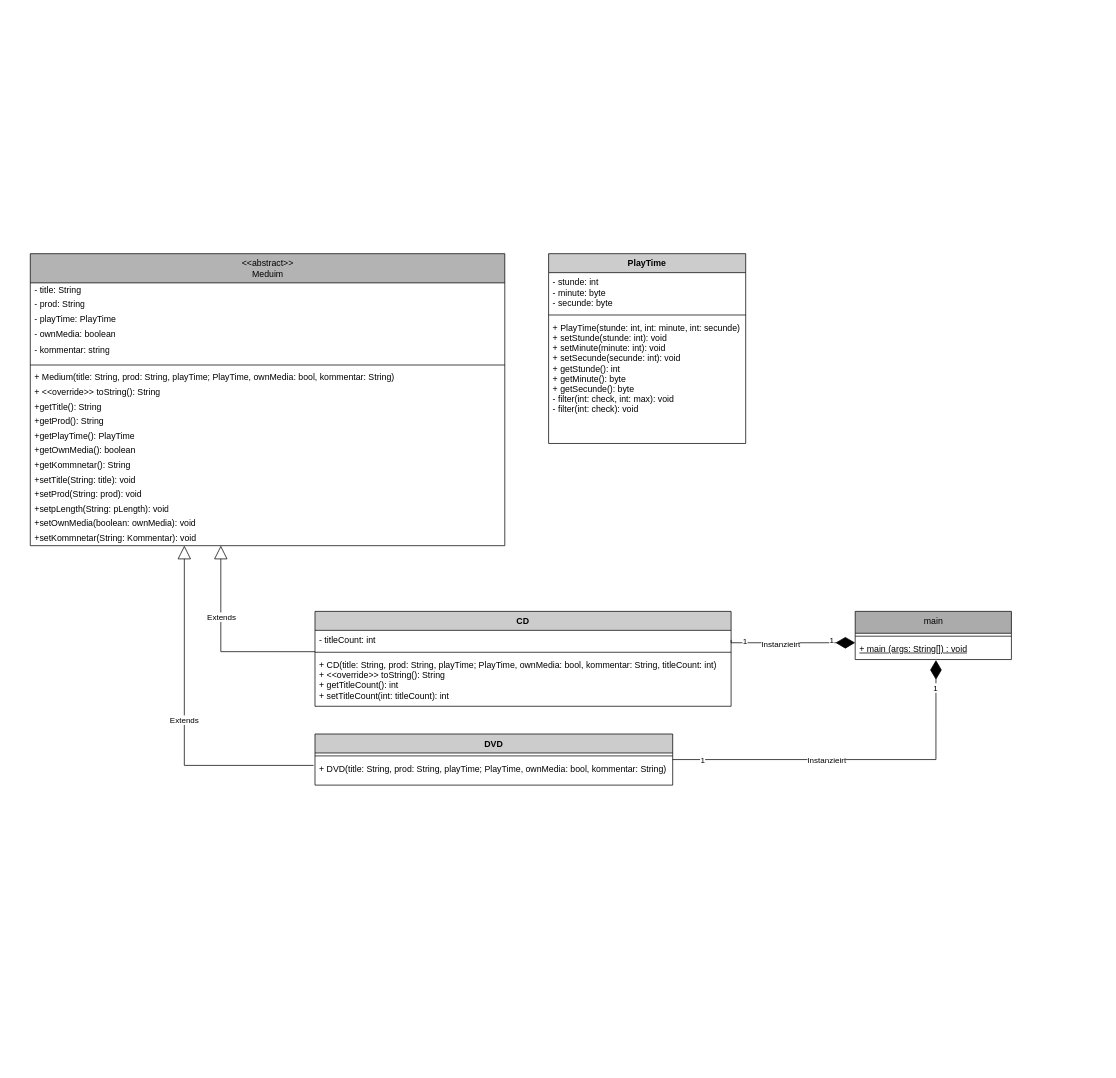
The draw.io diagram page "UML" (1 of 2) of UML/Khundadze_LF6_DOME_UML_USECASE.drawio in RomanKhundadze/Dome_Medium, before the edit. Source tidied: cells renumbered, new cells numbered last; positions are measured from the earlier drawing's top-left corner, leaving out a move shared by most shapes. Both pictures are drawn from the tidied source at 73%, with x=0, y=0 at pixel (12, 12).
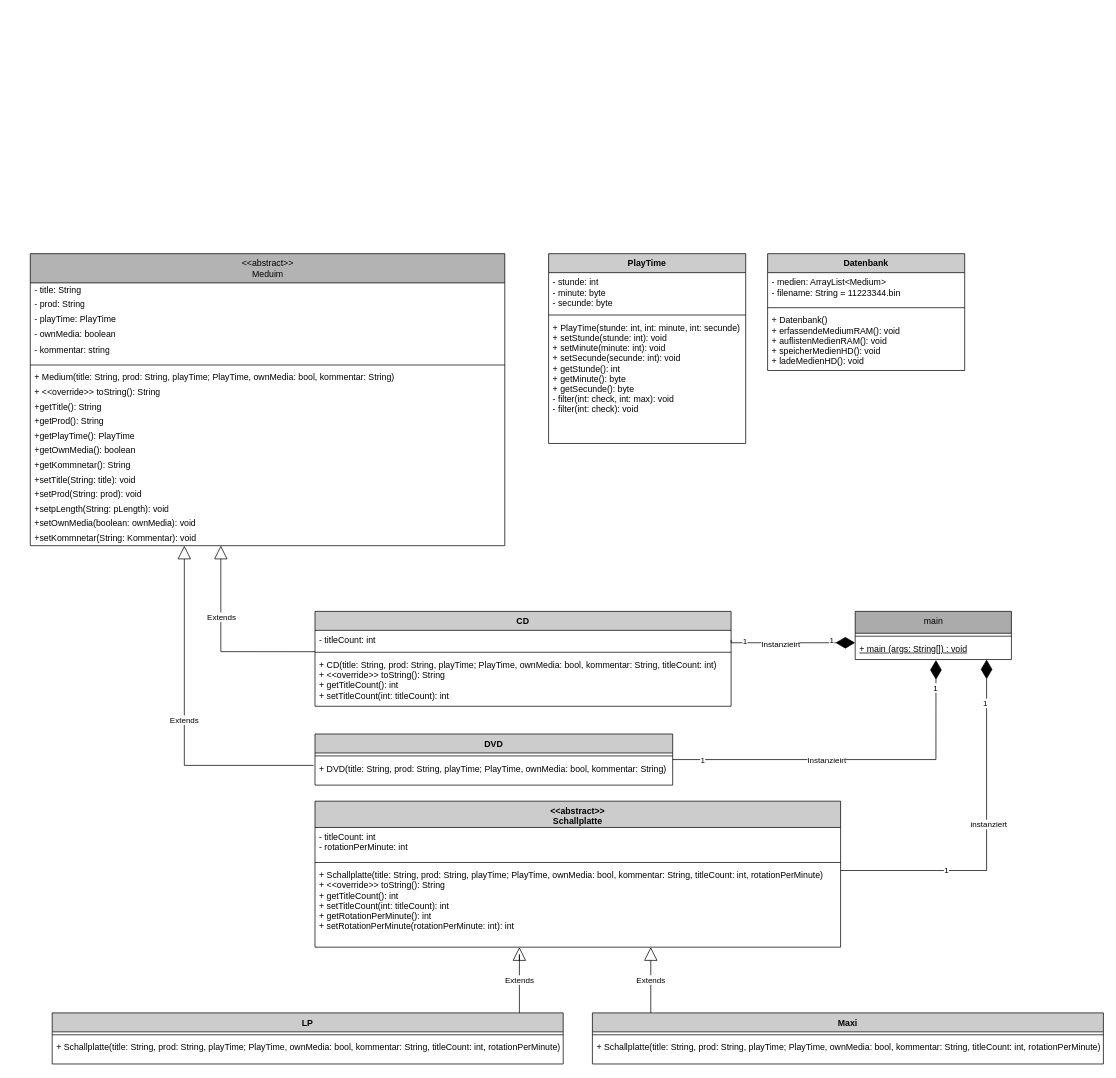
Above is the later version.

The change refers to these unchanged cells:
```xml
<mxCell id="7" value="main" style="swimlane;fontStyle=0;align=center;verticalAlign=top;horizontal=1;startSize=30;html=1;fillColor=#ABABAB;" parent="1" vertex="1">
  <mxGeometry x="1154" y="820" width="214" height="66" as="geometry" />
</mxCell>
```

The edit, as a diff of the source:
```diff
@@
+    <mxCell id="46" value="&lt;&lt;abstract&gt;&gt;&#10;Schallplatte" style="swimlane;fontStyle=1;align=center;verticalAlign=top;horizontal=1;startSize=36;fillColor=#CCCCCC;" parent="1" vertex="1">
+      <mxGeometry x="414" y="1080" width="720" height="200" as="geometry" />
+    </mxCell>
+    <mxCell id="47" value="- titleCount: int&#10;- rotationPerMinute: int" style="text;strokeColor=none;fillColor=none;align=left;verticalAlign=top;spacingLeft=4;spacingRight=4;overflow=hidden;" parent="46" vertex="1">
+      <mxGeometry y="36" width="720" height="44" as="geometry" />
+    </mxCell>
+    <mxCell id="48" style="line;strokeWidth=1;fillColor=none;align=left;verticalAlign=middle;spacingTop=-1;spacingLeft=3;spacingRight=3;labelPosition=right;strokeColor=inherit;" parent="46" vertex="1">
+      <mxGeometry y="80" width="720" height="8" as="geometry" />
+    </mxCell>
+    <mxCell id="49" value="+ Schallplatte(title: String, prod: String, playTime; PlayTime, ownMedia: bool, kommentar: String, titleCount: int, rotationPerMinute)&#10;+ &lt;&lt;override&gt;&gt; toString(): String&#10;+ getTitleCount(): int&#10;+ setTitleCount(int: titleCount): int&#10;+ getRotationPerMinute(): int&#10;+ setRotationPerMinute(rotationPerMinute: int): int" style="text;strokeColor=none;fillColor=none;align=left;verticalAlign=top;spacingLeft=4;spacingRight=4;overflow=hidden;" parent="46" vertex="1">
+      <mxGeometry y="88" width="720" height="112" as="geometry" />
+    </mxCell>
+    <mxCell id="50" value="LP" style="swimlane;fontStyle=1;align=center;verticalAlign=top;horizontal=1;startSize=26;fillColor=#CCCCCC;" parent="1" vertex="1">
+      <mxGeometry x="54" y="1370" width="700" height="70" as="geometry" />
+    </mxCell>
+    <mxCell id="51" style="line;strokeWidth=1;fillColor=none;align=left;verticalAlign=middle;spacingTop=-1;spacingLeft=3;spacingRight=3;labelPosition=right;strokeColor=inherit;" parent="50" vertex="1">
+      <mxGeometry y="26" width="700" height="8" as="geometry" />
+    </mxCell>
+    <mxCell id="52" value="+ Schallplatte(title: String, prod: String, playTime; PlayTime, ownMedia: bool, kommentar: String, titleCount: int, rotationPerMinute)" style="text;strokeColor=none;fillColor=none;align=left;verticalAlign=top;spacingLeft=4;spacingRight=4;overflow=hidden;" parent="50" vertex="1">
+      <mxGeometry y="34" width="700" height="36" as="geometry" />
+    </mxCell>
+    <mxCell id="53" value="Maxi" style="swimlane;fontStyle=1;align=center;verticalAlign=top;horizontal=1;startSize=26;fillColor=#CCCCCC;" parent="1" vertex="1">
+      <mxGeometry x="794" y="1370" width="700" height="70" as="geometry" />
+    </mxCell>
+    <mxCell id="54" style="line;strokeWidth=1;fillColor=none;align=left;verticalAlign=middle;spacingTop=-1;spacingLeft=3;spacingRight=3;labelPosition=right;strokeColor=inherit;" parent="53" vertex="1">
+      <mxGeometry y="26" width="700" height="8" as="geometry" />
+    </mxCell>
+    <mxCell id="55" value="+ Schallplatte(title: String, prod: String, playTime; PlayTime, ownMedia: bool, kommentar: String, titleCount: int, rotationPerMinute)" style="text;strokeColor=none;fillColor=none;align=left;verticalAlign=top;spacingLeft=4;spacingRight=4;overflow=hidden;" parent="53" vertex="1">
+      <mxGeometry y="34" width="700" height="36" as="geometry" />
+    </mxCell>
+    <mxCell id="56" value="Extends" style="endArrow=block;endSize=16;endFill=0;html=1;rounded=0;edgeStyle=orthogonalEdgeStyle;" parent="1" edge="1" source="53" target="46">
+      <mxGeometry relative="1" as="geometry">
+        <Array as="points">
+          <mxPoint x="874" y="1360" />
+          <mxPoint x="874" y="1360" />
+        </Array>
+      </mxGeometry>
+    </mxCell>
+    <mxCell id="57" value="Extends" style="endArrow=block;endSize=16;endFill=0;html=1;rounded=0;edgeStyle=orthogonalEdgeStyle;" parent="1" edge="1" source="50" target="46">
+      <mxGeometry relative="1" as="geometry">
+        <Array as="points">
+          <mxPoint x="694" y="1290" />
+          <mxPoint x="694" y="1290" />
+        </Array>
+      </mxGeometry>
+    </mxCell>
+    <mxCell id="58" style="endArrow=diamondThin;endFill=1;endSize=24;html=1;rounded=0;edgeStyle=orthogonalEdgeStyle;" parent="1" edge="1" source="46" target="7">
+      <mxGeometry relative="1" as="geometry">
+        <Array as="points">
+          <mxPoint x="1334" y="1175" />
+        </Array>
+      </mxGeometry>
+    </mxCell>
+    <mxCell id="59" value="instanziert" style="edgeLabel;html=1;align=center;verticalAlign=middle;" parent="58" vertex="1">
+      <mxGeometry x="0.08" y="-2" relative="1" as="geometry" />
+    </mxCell>
+    <mxCell id="60" value="1" style="edgeLabel;html=1;align=center;verticalAlign=middle;" parent="58" vertex="1">
+      <mxGeometry x="-0.41" y="1" relative="1" as="geometry" />
+    </mxCell>
+    <mxCell id="61" value="1" style="edgeLabel;html=1;align=center;verticalAlign=middle;" parent="58" vertex="1">
+      <mxGeometry x="0.76" y="3" relative="1" as="geometry" />
+    </mxCell>
+    <mxCell id="62" value="Datenbank" style="swimlane;fontStyle=1;align=center;verticalAlign=top;horizontal=1;startSize=26;fillColor=#CCCCCC;" parent="1" vertex="1">
+      <mxGeometry x="1034" y="330" width="270" height="160" as="geometry" />
+    </mxCell>
+    <mxCell id="63" value="- medien: ArrayList&lt;Medium&gt;&#10;- filename: String = 11223344.bin" style="text;strokeColor=none;fillColor=none;align=left;verticalAlign=top;spacingLeft=4;spacingRight=4;overflow=hidden;" parent="62" vertex="1">
+      <mxGeometry y="26" width="270" height="44" as="geometry" />
+    </mxCell>
+    <mxCell id="64" style="line;strokeWidth=1;fillColor=none;align=left;verticalAlign=middle;spacingTop=-1;spacingLeft=3;spacingRight=3;labelPosition=right;strokeColor=inherit;" parent="62" vertex="1">
+      <mxGeometry y="70" width="270" height="8" as="geometry" />
+    </mxCell>
+    <mxCell id="65" value="+ Datenbank()&#10;+ erfassendeMediumRAM(): void&#10;+ auflistenMedienRAM(): void&#10;+ speicherMedienHD(): void&#10;+ ladeMedienHD(): void" style="text;strokeColor=none;fillColor=none;align=left;verticalAlign=top;spacingLeft=4;spacingRight=4;overflow=hidden;" parent="62" vertex="1">
+      <mxGeometry y="78" width="270" height="82" as="geometry" />
+    </mxCell>
```
